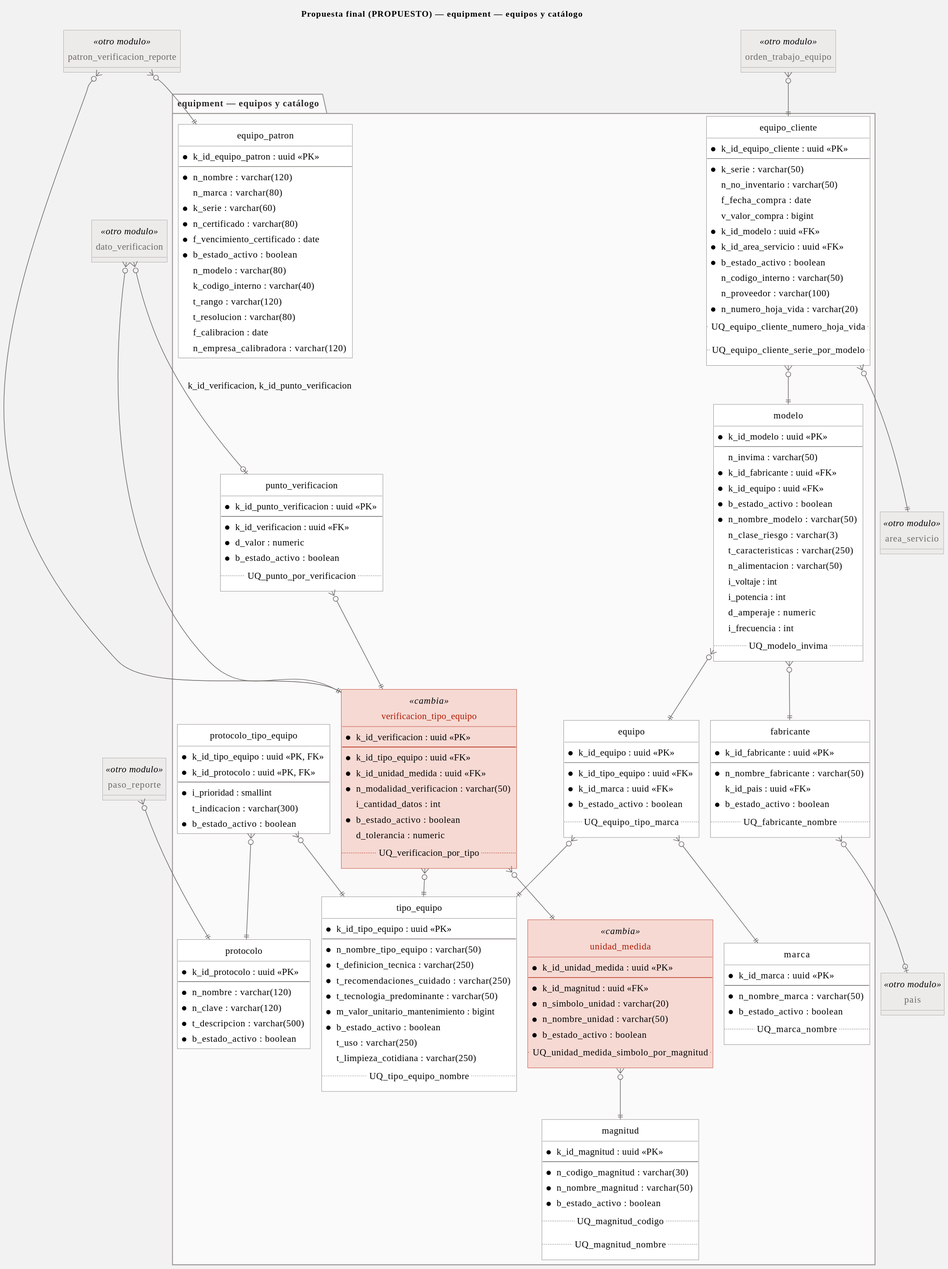
Above: Documentation/DatabaseDesign/refactor-3fn/2-final/modulos/equipment.svg in SeanBol222/MalphasOs (PlantUML), before the change.
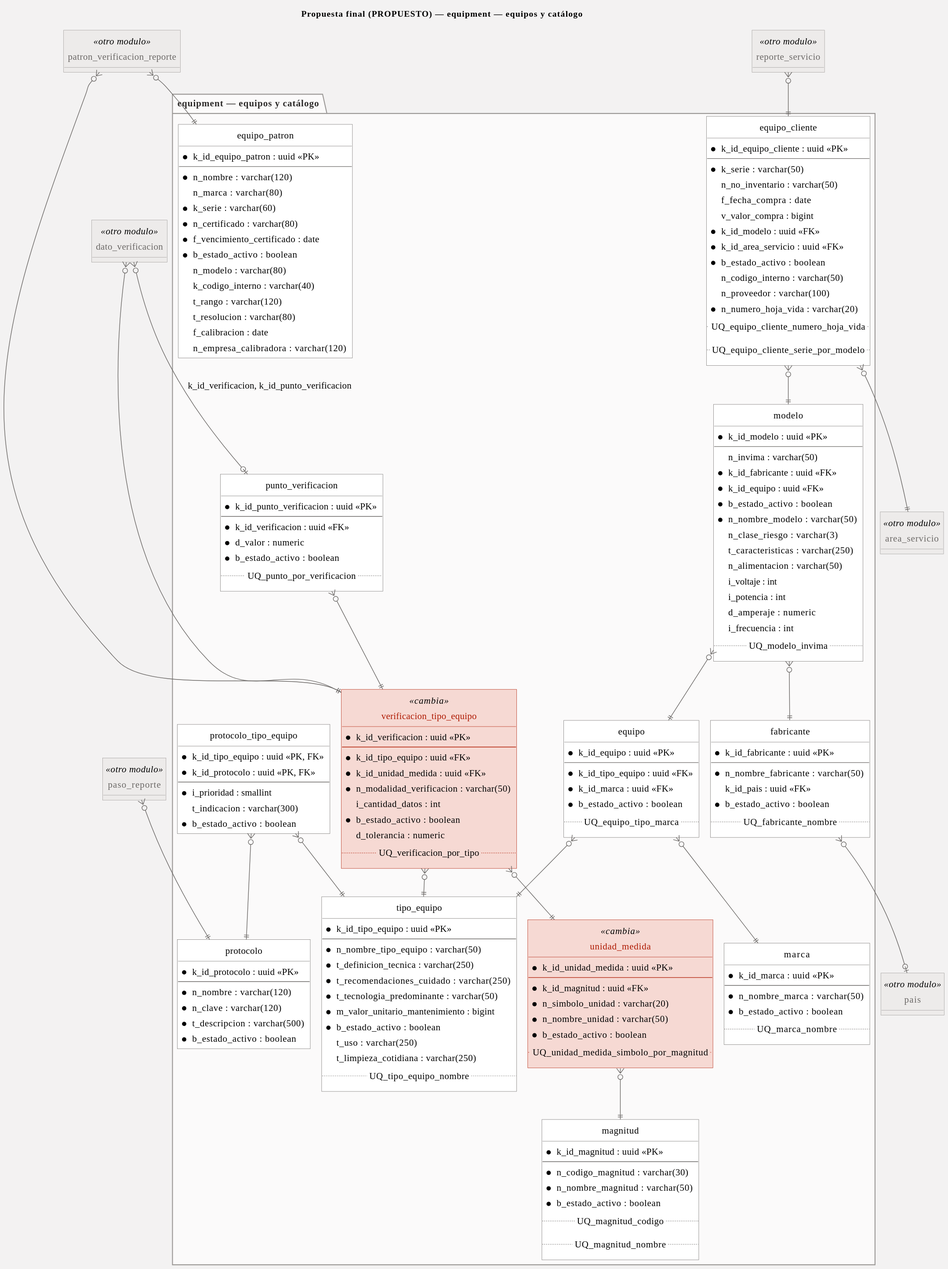
Later version of the same file.

What changed in the source:
```diff
@@ -187,13 +187,13 @@
 }
 entity "dato_verificacion" as dato_verificacion <<otro modulo>> {
 }
-entity "orden_trabajo_equipo" as orden_trabajo_equipo <<otro modulo>> {
-}
 entity "pais" as pais <<otro modulo>> {
 }
 entity "paso_reporte" as paso_reporte <<otro modulo>> {
 }
 entity "patron_verificacion_reporte" as patron_verificacion_reporte <<otro modulo>> {
+}
+entity "reporte_servicio" as reporte_servicio <<otro modulo>> {
 }
 fabricante }o--o| pais
 equipo }o--|| marca
@@ -202,7 +202,6 @@
 modelo }o--|| fabricante
 equipo_cliente }o--|| area_servicio
 equipo_cliente }o--|| modelo
-orden_trabajo_equipo }o--|| equipo_cliente
 dato_verificacion }o--o| punto_verificacion : k_id_verificacion, k_id_punto_verificacion
 dato_verificacion }o--|| verificacion_tipo_equipo
 unidad_medida }o--|| magnitud
@@ -214,6 +213,7 @@
 patron_verificacion_reporte }o--|| equipo_patron
 patron_verificacion_reporte }o--|| verificacion_tipo_equipo
 verificacion_tipo_equipo }o--|| unidad_medida
+reporte_servicio }o--|| equipo_cliente
 skinparam class<<otro modulo>> {
   BackgroundColor #EDEBEA
   BorderColor #9A9795
```
